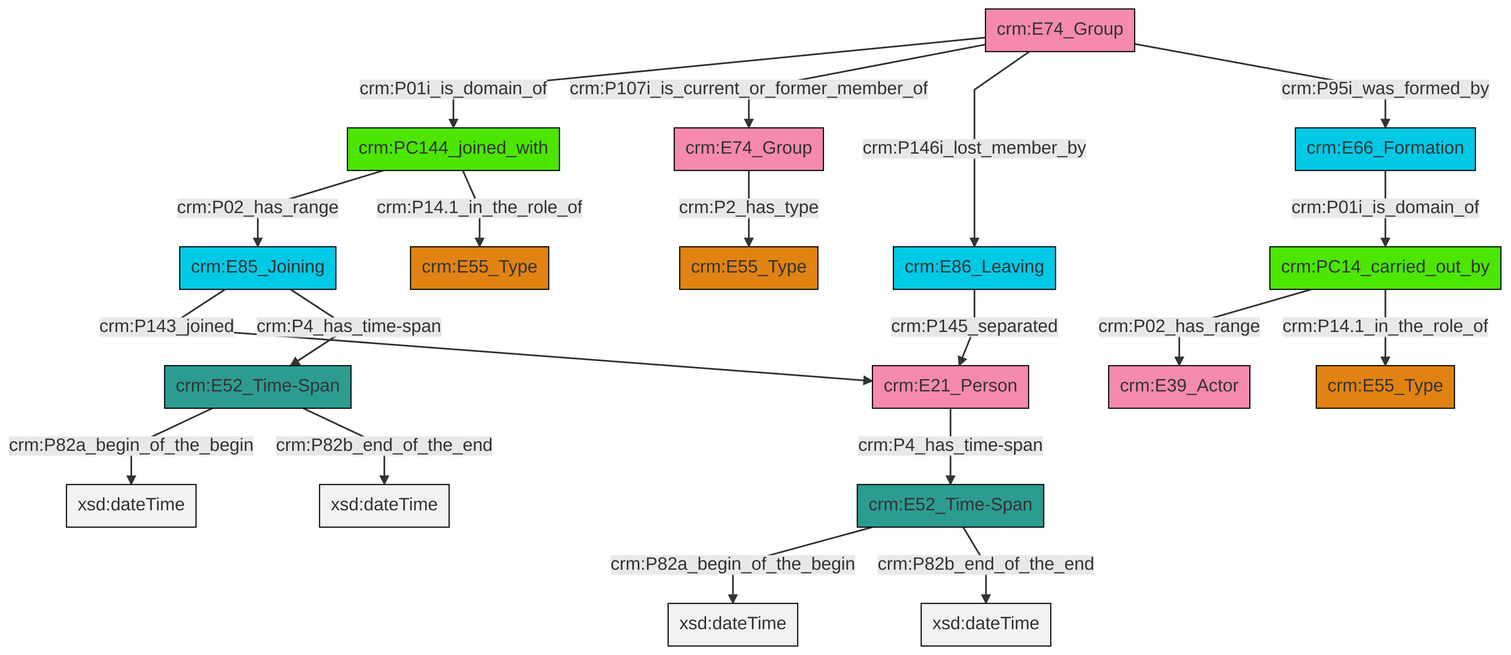
swiss-art-research-net/reference-data-models keeps this Mermaid diagram as et/groupCSV/ttl/mmd/png/group_actor_relations.png. Above is the earlier version. Its source is kept beside it as et/groupCSV/ttl/mmd/group_actor_relations.ttl.mmd.
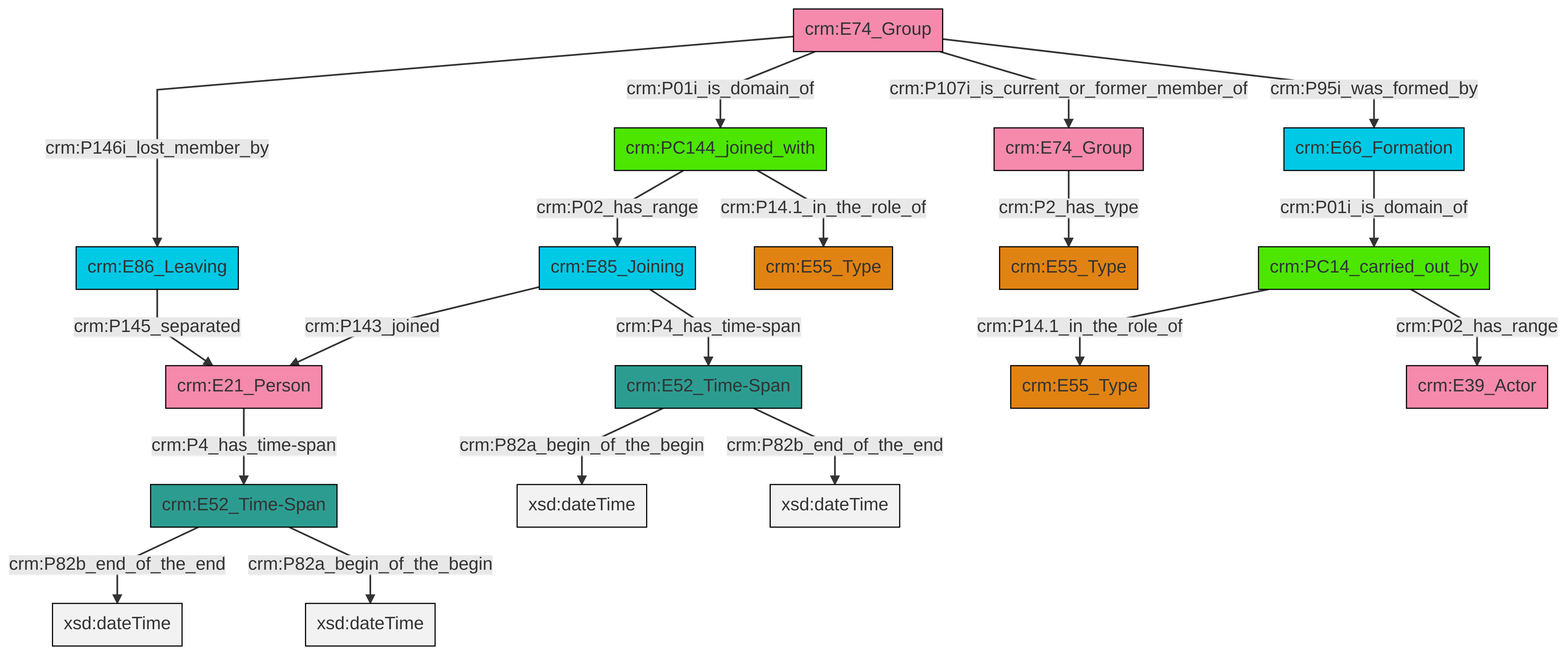
After the change.

What changed in the source:
```diff
@@ -13,21 +13,21 @@
 classDef PC_Classes fill:#4ce600, stroke:#000000;
 classDef Multi fill:#cccccc,stroke:#000000;
 
-0["crm:PC14_carried_out_by"]:::PC_Classes -->|crm:P02_has_range| 1["crm:E39_Actor"]:::Actor
-2["crm:E52_Time-Span"]:::Time-Span -->|crm:P82a_begin_of_the_begin| 3[xsd:dateTime]:::Literal
-4["crm:E74_Group"]:::Actor -->|crm:P01i_is_domain_of| 5["crm:PC144_joined_with"]:::PC_Classes
-6["crm:E66_Formation"]:::Temporal_Entity -->|crm:P01i_is_domain_of| 0["crm:PC14_carried_out_by"]:::PC_Classes
-10["crm:E85_Joining"]:::Temporal_Entity -->|crm:P143_joined| 11["crm:E21_Person"]:::Actor
-4["crm:E74_Group"]:::Actor -->|crm:P107i_is_current_or_former_member_of| 14["crm:E74_Group"]:::Actor
-11["crm:E21_Person"]:::Actor -->|crm:P4_has_time-span| 15["crm:E52_Time-Span"]:::Time-Span
-2["crm:E52_Time-Span"]:::Time-Span -->|crm:P82b_end_of_the_end| 22[xsd:dateTime]:::Literal
-4["crm:E74_Group"]:::Actor -->|crm:P146i_lost_member_by| 24["crm:E86_Leaving"]:::Temporal_Entity
-10["crm:E85_Joining"]:::Temporal_Entity -->|crm:P4_has_time-span| 2["crm:E52_Time-Span"]:::Time-Span
-24["crm:E86_Leaving"]:::Temporal_Entity -->|crm:P145_separated| 11["crm:E21_Person"]:::Actor
-0["crm:PC14_carried_out_by"]:::PC_Classes -->|crm:P14.1_in_the_role_of| 8["crm:E55_Type"]:::Type
-14["crm:E74_Group"]:::Actor -->|crm:P2_has_type| 18["crm:E55_Type"]:::Type
-5["crm:PC144_joined_with"]:::PC_Classes -->|crm:P02_has_range| 10["crm:E85_Joining"]:::Temporal_Entity
-4["crm:E74_Group"]:::Actor -->|crm:P95i_was_formed_by| 6["crm:E66_Formation"]:::Temporal_Entity
-5["crm:PC144_joined_with"]:::PC_Classes -->|crm:P14.1_in_the_role_of| 12["crm:E55_Type"]:::Type
-15["crm:E52_Time-Span"]:::Time-Span -->|crm:P82a_begin_of_the_begin| 29[xsd:dateTime]:::Literal
-15["crm:E52_Time-Span"]:::Time-Span -->|crm:P82b_end_of_the_end| 32[xsd:dateTime]:::Literal
+0["crm:E85_Joining"]:::Temporal_Entity -->|crm:P143_joined| 1["crm:E21_Person"]:::Actor
+2["crm:E74_Group"]:::Actor -->|crm:P146i_lost_member_by| 3["crm:E86_Leaving"]:::Temporal_Entity
+4["crm:E52_Time-Span"]:::Time-Span -->|crm:P82a_begin_of_the_begin| 5[xsd:dateTime]:::Literal
+2["crm:E74_Group"]:::Actor -->|crm:P01i_is_domain_of| 8["crm:PC144_joined_with"]:::PC_Classes
+0["crm:E85_Joining"]:::Temporal_Entity -->|crm:P4_has_time-span| 4["crm:E52_Time-Span"]:::Time-Span
+15["crm:E74_Group"]:::Actor -->|crm:P2_has_type| 17["crm:E55_Type"]:::Type
+8["crm:PC144_joined_with"]:::PC_Classes -->|crm:P02_has_range| 0["crm:E85_Joining"]:::Temporal_Entity
+4["crm:E52_Time-Span"]:::Time-Span -->|crm:P82b_end_of_the_end| 25[xsd:dateTime]:::Literal
+10["crm:PC14_carried_out_by"]:::PC_Classes -->|crm:P14.1_in_the_role_of| 6["crm:E55_Type"]:::Type
+8["crm:PC144_joined_with"]:::PC_Classes -->|crm:P14.1_in_the_role_of| 28["crm:E55_Type"]:::Type
+3["crm:E86_Leaving"]:::Temporal_Entity -->|crm:P145_separated| 1["crm:E21_Person"]:::Actor
+23["crm:E66_Formation"]:::Temporal_Entity -->|crm:P01i_is_domain_of| 10["crm:PC14_carried_out_by"]:::PC_Classes
+2["crm:E74_Group"]:::Actor -->|crm:P107i_is_current_or_former_member_of| 15["crm:E74_Group"]:::Actor
+2["crm:E74_Group"]:::Actor -->|crm:P95i_was_formed_by| 23["crm:E66_Formation"]:::Temporal_Entity
+19["crm:E52_Time-Span"]:::Time-Span -->|crm:P82b_end_of_the_end| 32[xsd:dateTime]:::Literal
+10["crm:PC14_carried_out_by"]:::PC_Classes -->|crm:P02_has_range| 21["crm:E39_Actor"]:::Actor
+1["crm:E21_Person"]:::Actor -->|crm:P4_has_time-span| 19["crm:E52_Time-Span"]:::Time-Span
+19["crm:E52_Time-Span"]:::Time-Span -->|crm:P82a_begin_of_the_begin| 34[xsd:dateTime]:::Literal
```
